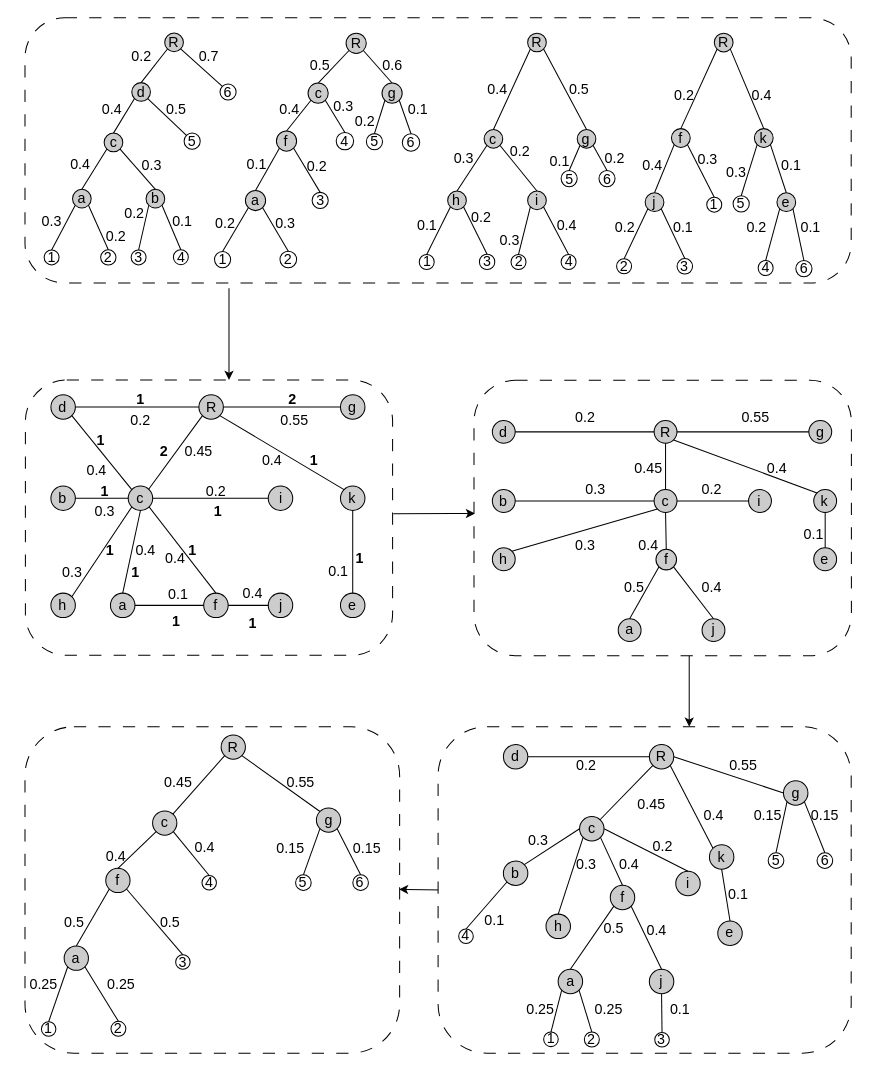
Earlier version of the draw.io diagram page "Page-3" (1 of 3) of img/Fig5.drawio (tahiri-lab/PrismTree). Source tidied: cells renumbered, new cells numbered last; positions are measured from the earlier drawing's top-left corner, leaving out a move shared by most shapes. Both pictures are drawn from the tidied source at 102%, with x=0, y=0 at pixel (16, 17).
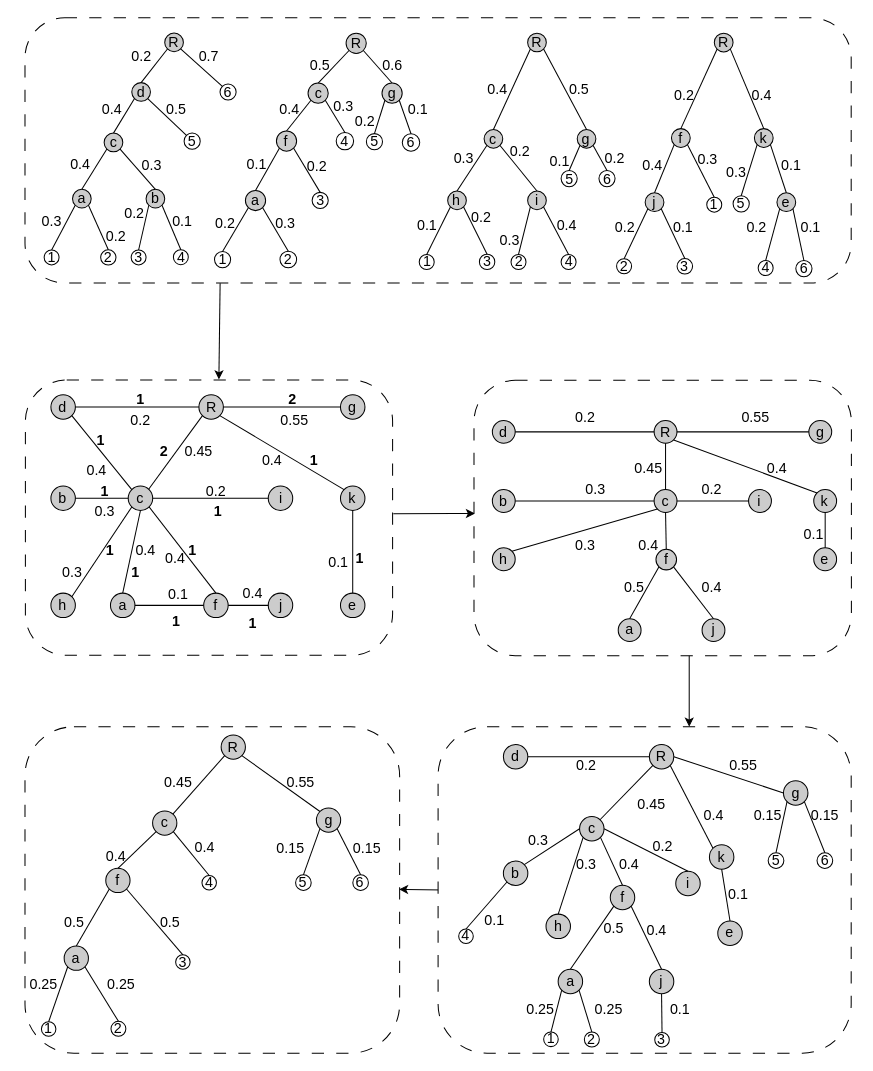
The same diagram, later.

Unchanged cells that the change refers to:
```xml
<mxCell id="69" style="group;verticalAlign=middle;align=center;fontStyle=0;fontSize=14;" parent="1" vertex="1">
  <mxGeometry x="50.4" y="355" width="370.5" height="270" as="geometry" />
</mxCell>
```

What changed in the source:
```diff
@@
-    <mxCell id="68" style="endArrow=classic;html=1;rounded=0;fontStyle=0;verticalAlign=middle;align=center;fontSize=14;" parent="1" edge="1">
+    <mxCell id="68" style="endArrow=classic;html=1;rounded=0;fontStyle=0;verticalAlign=middle;align=center;fontSize=14;exitX=0.246;exitY=1.001;exitDx=0;exitDy=0;exitPerimeter=0;entryX=0.549;entryY=-0.002;entryDx=0;entryDy=0;entryPerimeter=0;" parent="1" edge="1">
       <mxGeometry relative="1" as="geometry">
-        <mxPoint x="208" y="265" as="sourcePoint" />
-        <mxPoint x="208" y="355" as="targetPoint" />
+        <mxPoint x="199.3" y="260.3" as="sourcePoint" />
+        <mxPoint x="198.1" y="354.5" as="targetPoint" />
       </mxGeometry>
     </mxCell>
@@
     <mxCell id="114" value="0.1" style="text;html=1;align=center;verticalAlign=middle;strokeColor=none;fillColor=none;fontStyle=0;fontSize=14;" parent="69" vertex="1">
-      <mxGeometry x="245" y="172.5" width="40" height="30" as="geometry" />
+      <mxGeometry x="245" y="163.5" width="40" height="30" as="geometry" />
     </mxCell>
```
